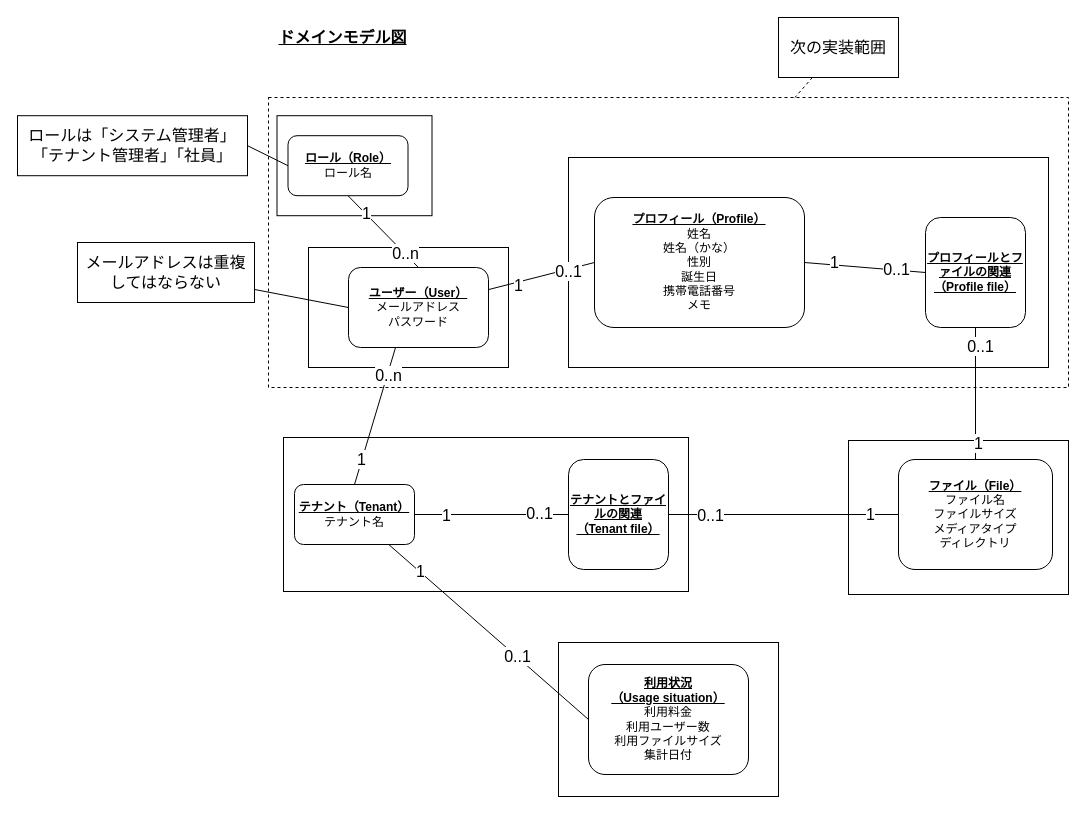
Earlier version of the draw.io diagram page "ドメインモデル図" (4 of 4) of docs/diagrams/src/reinventing_the_wheel.drawio.xml (q23isline/reinventing_the_wheel). Source tidied: cells renumbered, new cells numbered last; positions are measured from the earlier drawing's top-left corner, leaving out a move shared by most shapes. Both pictures are drawn from the tidied source at 100%, with x=0, y=0 at pixel (17, 17).
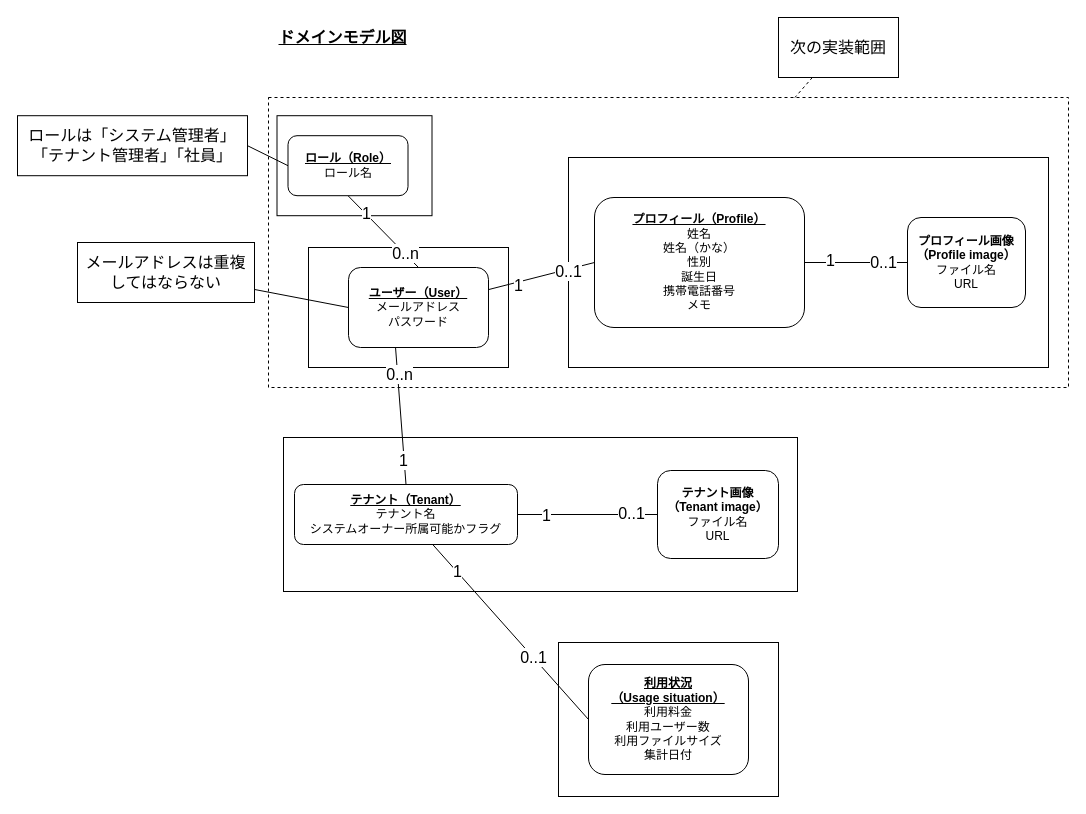
The same page after the edit.

The edit, as a diff of the source:
```diff
@@
-    <mxCell id="3" style="rounded=0;whiteSpace=wrap;html=1;fontSize=16;align=left;verticalAlign=top;" parent="1" vertex="1">
-      <mxGeometry x="831" y="423" width="220" height="154" as="geometry" />
-    </mxCell>
@@
     <mxCell id="7" style="rounded=0;whiteSpace=wrap;html=1;fontSize=16;align=left;verticalAlign=top;" parent="1" vertex="1">
-      <mxGeometry x="266" y="420" width="405" height="154" as="geometry" />
+      <mxGeometry x="266" y="420" width="514" height="154" as="geometry" />
     </mxCell>
@@
-    <mxCell id="28" value="&lt;b&gt;&lt;u&gt;テナント（Tenant）&lt;/u&gt;&lt;/b&gt;&lt;br&gt;テナント名" style="rounded=1;whiteSpace=wrap;html=1;" parent="1" vertex="1">
-      <mxGeometry x="277" y="467" width="120" height="60" as="geometry" />
+    <mxCell id="28" value="&lt;b&gt;&lt;u&gt;テナント（Tenant）&lt;/u&gt;&lt;/b&gt;&lt;br&gt;テナント名&lt;br&gt;システムオーナー所属可能かフラグ" style="rounded=1;whiteSpace=wrap;html=1;" parent="1" vertex="1">
+      <mxGeometry x="277" y="467" width="223" height="60" as="geometry" />
     </mxCell>
@@
-    <mxCell id="32" value="&lt;b&gt;&lt;u&gt;ファイル（File）&lt;/u&gt;&lt;/b&gt;&lt;br&gt;ファイル名&lt;br&gt;ファイルサイズ&lt;br&gt;メディアタイプ&lt;br&gt;ディレクトリ" style="rounded=1;whiteSpace=wrap;html=1;" parent="1" vertex="1">
-      <mxGeometry x="881" y="442" width="154" height="110" as="geometry" />
-    </mxCell>
@@
-    <mxCell id="35" style="edgeStyle=none;rounded=0;jettySize=auto;html=1;entryX=0;entryY=0.5;entryDx=0;entryDy=0;fontSize=16;endArrow=none;endFill=0;" parent="1" edge="1" source="38" target="32">
-      <mxGeometry relative="1" as="geometry" />
-    </mxCell>
-    <mxCell id="36" value="1" style="edgeLabel;html=1;align=center;verticalAlign=middle;fontSize=16;" parent="35" vertex="1">
-      <mxGeometry x="0.74" y="1" relative="1" as="geometry">
-        <mxPoint x="1" as="offset" />
-      </mxGeometry>
-    </mxCell>
-    <mxCell id="37" value="0..1" style="edgeLabel;html=1;align=center;verticalAlign=middle;fontSize=16;" parent="35" vertex="1">
-      <mxGeometry x="-0.65" relative="1" as="geometry">
-        <mxPoint x="1" as="offset" />
-      </mxGeometry>
-    </mxCell>
-    <mxCell id="38" value="&lt;b&gt;&lt;u&gt;テナントとファイルの関連（Tenant file）&lt;/u&gt;&lt;/b&gt;" style="rounded=1;whiteSpace=wrap;html=1;" parent="1" vertex="1">
-      <mxGeometry x="551" y="442" width="100" height="110" as="geometry" />
+    <mxCell id="38" value="&lt;b&gt;テナント画像（Tenant image）&lt;/b&gt;&lt;br&gt;ファイル名&lt;br&gt;URL" style="rounded=1;whiteSpace=wrap;html=1;" parent="1" vertex="1">
+      <mxGeometry x="640" y="453" width="121" height="88" as="geometry" />
     </mxCell>
-    <mxCell id="39" style="edgeStyle=none;rounded=0;jettySize=auto;html=1;entryX=0.5;entryY=0;entryDx=0;entryDy=0;fontSize=16;endArrow=none;endFill=0;" parent="1" edge="1" source="42" target="32">
-      <mxGeometry relative="1" as="geometry" />
-    </mxCell>
-    <mxCell id="40" value="1" style="edgeLabel;html=1;align=center;verticalAlign=middle;fontSize=16;" parent="39" vertex="1">
-      <mxGeometry x="0.74" y="2" relative="1" as="geometry" />
-    </mxCell>
-    <mxCell id="41" value="0..1" style="edgeLabel;html=1;align=center;verticalAlign=middle;fontSize=16;" parent="39" vertex="1">
-      <mxGeometry x="-0.72" y="4" relative="1" as="geometry" />
-    </mxCell>
-    <mxCell id="42" value="&lt;b&gt;&lt;u&gt;プロフィールとファイルの関連（Profile file）&lt;/u&gt;&lt;/b&gt;" style="rounded=1;whiteSpace=wrap;html=1;" parent="1" vertex="1">
-      <mxGeometry x="908" y="200" width="100" height="110" as="geometry" />
+    <mxCell id="42" value="&lt;b&gt;プロフィール画像（Profile image）&lt;/b&gt;&lt;br&gt;ファイル名&lt;br&gt;URL" style="rounded=1;whiteSpace=wrap;html=1;" parent="1" vertex="1">
+      <mxGeometry x="890" y="200" width="118" height="90" as="geometry" />
     </mxCell>
```
